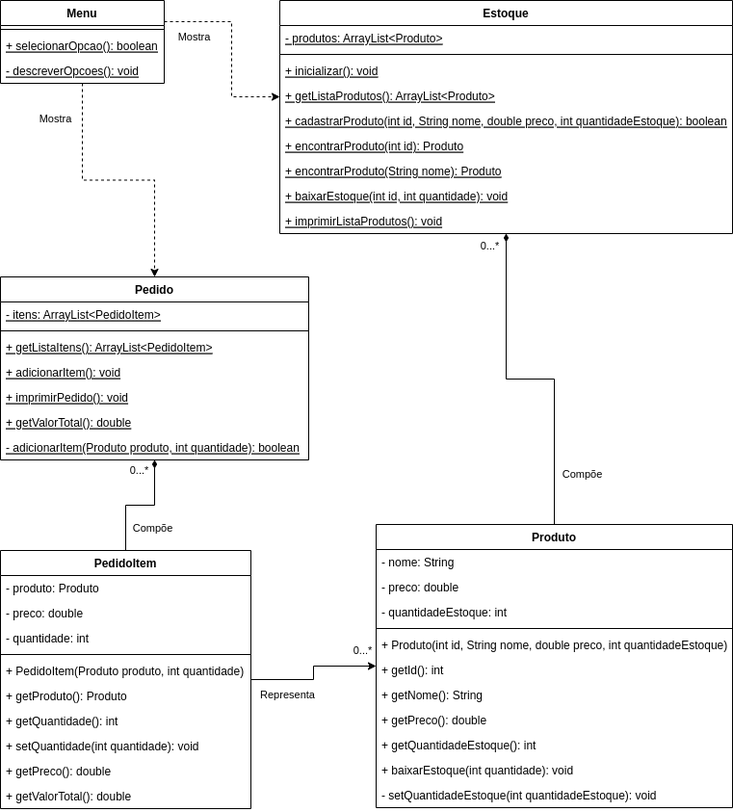
The draw.io diagram classes.drawio.png in renatochitolina/R.Labs.Java.PoSSystemTechTest, before a commit. Source tidied: cells renumbered, new cells last; positions are measured from the earlier drawing's top-left corner, leaving out a move shared by most shapes.
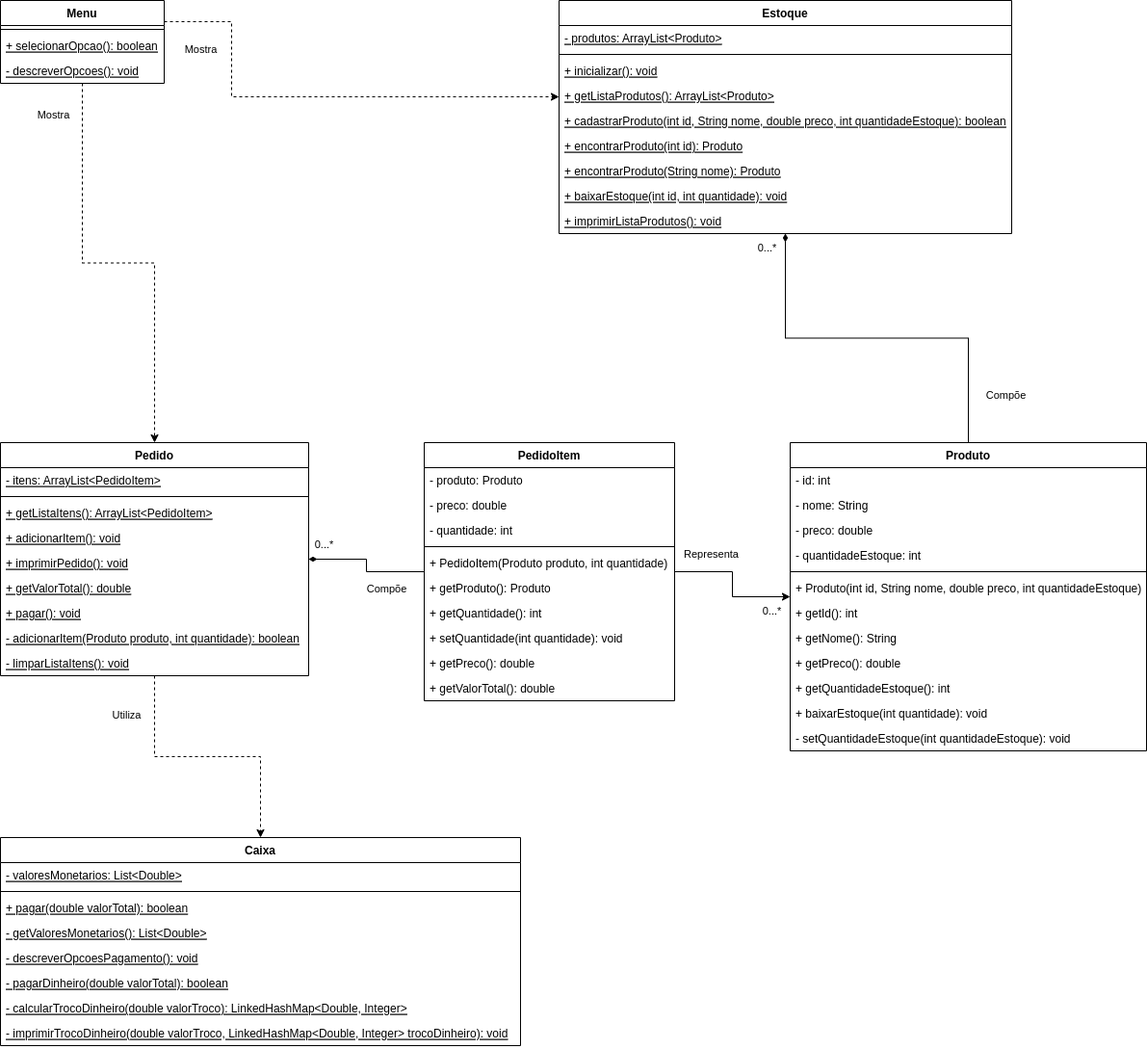
Above is the later version.

Diff of the diagram source:
```diff
@@ -2,8 +2,16 @@
   <root>
     <mxCell id="0" />
     <mxCell id="1" parent="0" />
+    <mxCell id="60" style="edgeStyle=orthogonalEdgeStyle;html=1;dashed=1;rounded=0;" parent="1" edge="1" source="2" target="65">
+      <mxGeometry relative="1" as="geometry" />
+    </mxCell>
+    <mxCell id="61" value="Utiliza" style="edgeLabel;html=1;align=center;verticalAlign=middle;" parent="60" vertex="1">
+      <mxGeometry x="-0.52" y="3" relative="1" as="geometry">
+        <mxPoint x="-33" y="-27" as="offset" />
+      </mxGeometry>
+    </mxCell>
     <mxCell id="2" value="Pedido" style="swimlane;fontStyle=1;align=center;verticalAlign=top;horizontal=1;startSize=26;" parent="1" vertex="1">
-      <mxGeometry y="287" width="320" height="190" as="geometry" />
+      <mxGeometry y="459" width="320" height="242" as="geometry" />
     </mxCell>
     <mxCell id="3" value="- itens: ArrayList&lt;PedidoItem&gt;" style="text;strokeColor=none;fillColor=none;align=left;verticalAlign=top;spacingLeft=4;spacingRight=4;overflow=hidden;fontStyle=4;" parent="2" vertex="1">
       <mxGeometry y="26" width="320" height="26" as="geometry" />
@@ -23,11 +31,17 @@
     <mxCell id="8" value="+ getValorTotal(): double" style="text;strokeColor=none;fillColor=none;align=left;verticalAlign=top;spacingLeft=4;spacingRight=4;overflow=hidden;fontStyle=4;" parent="2" vertex="1">
       <mxGeometry y="138" width="320" height="26" as="geometry" />
     </mxCell>
+    <mxCell id="62" value="+ pagar(): void" style="text;strokeColor=none;fillColor=none;align=left;verticalAlign=top;spacingLeft=4;spacingRight=4;overflow=hidden;fontStyle=4;" parent="2" vertex="1">
+      <mxGeometry y="164" width="320" height="26" as="geometry" />
+    </mxCell>
     <mxCell id="9" value="- adicionarItem(Produto produto, int quantidade): boolean" style="text;strokeColor=none;fillColor=none;align=left;verticalAlign=top;spacingLeft=4;spacingRight=4;overflow=hidden;fontStyle=4;" parent="2" vertex="1">
-      <mxGeometry y="164" width="320" height="26" as="geometry" />
+      <mxGeometry y="190" width="320" height="26" as="geometry" />
     </mxCell>
+    <mxCell id="63" value="- limparListaItens(): void" style="text;strokeColor=none;fillColor=none;align=left;verticalAlign=top;spacingLeft=4;spacingRight=4;overflow=hidden;fontStyle=4;" parent="2" vertex="1">
+      <mxGeometry y="216" width="320" height="26" as="geometry" />
+    </mxCell>
     <mxCell id="10" value="Estoque" style="swimlane;fontStyle=1;align=center;verticalAlign=top;horizontal=1;startSize=26;" parent="1" vertex="1">
-      <mxGeometry x="290" width="470" height="242" as="geometry" />
+      <mxGeometry x="580" width="470" height="242" as="geometry" />
     </mxCell>
     <mxCell id="11" value="- produtos: ArrayList&lt;Produto&gt;" style="text;strokeColor=none;fillColor=none;align=left;verticalAlign=top;spacingLeft=4;spacingRight=4;overflow=hidden;fontStyle=4;" parent="10" vertex="1">
       <mxGeometry y="26" width="470" height="26" as="geometry" />
@@ -61,49 +75,52 @@
     </mxCell>
     <mxCell id="21" value="Compõe" style="edgeLabel;html=1;align=center;verticalAlign=middle;" parent="20" vertex="1">
       <mxGeometry x="0.07" y="3" relative="1" as="geometry">
-        <mxPoint x="65" y="95" as="offset" />
+        <mxPoint x="147" y="56" as="offset" />
       </mxGeometry>
     </mxCell>
     <mxCell id="22" value="0...*" style="edgeLabel;html=1;align=center;verticalAlign=middle;" parent="20" vertex="1">
       <mxGeometry x="0.9" relative="1" as="geometry">
-        <mxPoint x="-18" y="-6" as="offset" />
+        <mxPoint x="-20" y="-7" as="offset" />
       </mxGeometry>
     </mxCell>
     <mxCell id="23" value="Produto" style="swimlane;fontStyle=1;align=center;verticalAlign=top;horizontal=1;startSize=26;" parent="1" vertex="1">
-      <mxGeometry x="390" y="544" width="370" height="294" as="geometry" />
+      <mxGeometry x="820" y="459" width="370" height="320" as="geometry" />
     </mxCell>
+    <mxCell id="64" value="- id: int" style="text;strokeColor=none;fillColor=none;align=left;verticalAlign=top;spacingLeft=4;spacingRight=4;overflow=hidden;" parent="23" vertex="1">
+      <mxGeometry y="26" width="370" height="26" as="geometry" />
+    </mxCell>
     <mxCell id="24" value="- nome: String" style="text;strokeColor=none;fillColor=none;align=left;verticalAlign=top;spacingLeft=4;spacingRight=4;overflow=hidden;" parent="23" vertex="1">
-      <mxGeometry y="26" width="370" height="26" as="geometry" />
+      <mxGeometry y="52" width="370" height="26" as="geometry" />
     </mxCell>
     <mxCell id="25" value="- preco: double" style="text;strokeColor=none;fillColor=none;align=left;verticalAlign=top;spacingLeft=4;spacingRight=4;overflow=hidden;" parent="23" vertex="1">
-      <mxGeometry y="52" width="370" height="26" as="geometry" />
+      <mxGeometry y="78" width="370" height="26" as="geometry" />
     </mxCell>
     <mxCell id="26" value="- quantidadeEstoque: int" style="text;strokeColor=none;fillColor=none;align=left;verticalAlign=top;spacingLeft=4;spacingRight=4;overflow=hidden;" parent="23" vertex="1">
-      <mxGeometry y="78" width="370" height="26" as="geometry" />
+      <mxGeometry y="104" width="370" height="26" as="geometry" />
     </mxCell>
     <mxCell id="27" style="line;strokeWidth=1;fillColor=none;align=left;verticalAlign=middle;spacingTop=-1;spacingLeft=3;spacingRight=3;labelPosition=right;strokeColor=inherit;" parent="23" vertex="1">
-      <mxGeometry y="104" width="370" height="8" as="geometry" />
+      <mxGeometry y="130" width="370" height="8" as="geometry" />
     </mxCell>
     <mxCell id="28" value="+ Produto(int id, String nome, double preco, int quantidadeEstoque)" style="text;strokeColor=none;fillColor=none;align=left;verticalAlign=top;spacingLeft=4;spacingRight=4;overflow=hidden;" parent="23" vertex="1">
-      <mxGeometry y="112" width="370" height="26" as="geometry" />
+      <mxGeometry y="138" width="370" height="26" as="geometry" />
     </mxCell>
     <mxCell id="29" value="+ getId(): int" style="text;strokeColor=none;fillColor=none;align=left;verticalAlign=top;spacingLeft=4;spacingRight=4;overflow=hidden;" parent="23" vertex="1">
-      <mxGeometry y="138" width="370" height="26" as="geometry" />
+      <mxGeometry y="164" width="370" height="26" as="geometry" />
     </mxCell>
     <mxCell id="30" value="+ getNome(): String" style="text;strokeColor=none;fillColor=none;align=left;verticalAlign=top;spacingLeft=4;spacingRight=4;overflow=hidden;" parent="23" vertex="1">
-      <mxGeometry y="164" width="370" height="26" as="geometry" />
+      <mxGeometry y="190" width="370" height="26" as="geometry" />
     </mxCell>
     <mxCell id="31" value="+ getPreco(): double" style="text;strokeColor=none;fillColor=none;align=left;verticalAlign=top;spacingLeft=4;spacingRight=4;overflow=hidden;" parent="23" vertex="1">
-      <mxGeometry y="190" width="370" height="26" as="geometry" />
+      <mxGeometry y="216" width="370" height="26" as="geometry" />
     </mxCell>
     <mxCell id="32" value="+ getQuantidadeEstoque(): int" style="text;strokeColor=none;fillColor=none;align=left;verticalAlign=top;spacingLeft=4;spacingRight=4;overflow=hidden;" parent="23" vertex="1">
-      <mxGeometry y="216" width="370" height="26" as="geometry" />
+      <mxGeometry y="242" width="370" height="26" as="geometry" />
     </mxCell>
     <mxCell id="33" value="+ baixarEstoque(int quantidade): void" style="text;strokeColor=none;fillColor=none;align=left;verticalAlign=top;spacingLeft=4;spacingRight=4;overflow=hidden;" parent="23" vertex="1">
-      <mxGeometry y="242" width="370" height="26" as="geometry" />
+      <mxGeometry y="268" width="370" height="26" as="geometry" />
     </mxCell>
     <mxCell id="34" value="- setQuantidadeEstoque(int quantidadeEstoque): void" style="text;strokeColor=none;fillColor=none;align=left;verticalAlign=top;spacingLeft=4;spacingRight=4;overflow=hidden;" parent="23" vertex="1">
-      <mxGeometry y="268" width="370" height="26" as="geometry" />
+      <mxGeometry y="294" width="370" height="26" as="geometry" />
     </mxCell>
     <mxCell id="35" style="edgeStyle=orthogonalEdgeStyle;html=1;strokeColor=default;startArrow=none;startFill=0;endArrow=classic;endFill=1;rounded=0;dashed=1;" parent="1" edge="1" source="39" target="10">
       <mxGeometry relative="1" as="geometry">
@@ -115,7 +132,7 @@
     </mxCell>
     <mxCell id="36" value="Mostra" style="edgeLabel;html=1;align=center;verticalAlign=middle;" parent="35" vertex="1">
       <mxGeometry x="-0.12" y="1" relative="1" as="geometry">
-        <mxPoint x="-41" y="-2" as="offset" />
+        <mxPoint x="-99" y="-49" as="offset" />
       </mxGeometry>
     </mxCell>
     <mxCell id="37" style="edgeStyle=orthogonalEdgeStyle;rounded=0;html=1;dashed=1;strokeColor=default;startArrow=none;startFill=0;endArrow=classic;endFill=1;" parent="1" edge="1" source="39" target="2">
@@ -123,7 +140,7 @@
     </mxCell>
     <mxCell id="38" value="Mostra" style="edgeLabel;html=1;align=center;verticalAlign=middle;" parent="37" vertex="1">
       <mxGeometry x="0.17" y="-2" relative="1" as="geometry">
-        <mxPoint x="-89" y="-66" as="offset" />
+        <mxPoint x="-105" y="-156" as="offset" />
       </mxGeometry>
     </mxCell>
     <mxCell id="39" value="Menu" style="swimlane;fontStyle=1;align=center;verticalAlign=top;horizontal=1;startSize=26;" parent="1" vertex="1">
@@ -143,12 +160,12 @@
     </mxCell>
     <mxCell id="44" value="0...*" style="edgeLabel;html=1;align=center;verticalAlign=middle;" parent="43" vertex="1">
       <mxGeometry x="0.76" y="-2" relative="1" as="geometry">
-        <mxPoint x="-19" y="-5" as="offset" />
+        <mxPoint x="-1" y="-14" as="offset" />
       </mxGeometry>
     </mxCell>
     <mxCell id="45" value="Compõe" style="edgeLabel;html=1;align=center;verticalAlign=middle;" parent="43" vertex="1">
       <mxGeometry x="0.16" y="-1" relative="1" as="geometry">
-        <mxPoint x="2" y="22" as="offset" />
+        <mxPoint x="24" y="31" as="offset" />
       </mxGeometry>
     </mxCell>
     <mxCell id="46" style="edgeStyle=orthogonalEdgeStyle;rounded=0;html=1;strokeColor=default;startArrow=none;startFill=0;endArrow=classic;endFill=1;" parent="1" edge="1" source="49" target="23">
@@ -156,16 +173,16 @@
     </mxCell>
     <mxCell id="47" value="0...*" style="edgeLabel;html=1;align=center;verticalAlign=middle;" parent="46" vertex="1">
       <mxGeometry x="0.84" y="-1" relative="1" as="geometry">
-        <mxPoint x="-4" y="-18" as="offset" />
+        <mxPoint x="-9" y="13" as="offset" />
       </mxGeometry>
     </mxCell>
     <mxCell id="48" value="Representa" style="edgeLabel;html=1;align=center;verticalAlign=middle;" parent="46" vertex="1">
       <mxGeometry x="-0.31" y="-2" relative="1" as="geometry">
-        <mxPoint x="-13" y="13" as="offset" />
+        <mxPoint x="-14" y="-21" as="offset" />
       </mxGeometry>
     </mxCell>
     <mxCell id="49" value="PedidoItem" style="swimlane;fontStyle=1;align=center;verticalAlign=top;horizontal=1;startSize=26;" parent="1" vertex="1">
-      <mxGeometry y="571" width="260" height="268" as="geometry" />
+      <mxGeometry x="440" y="459" width="260" height="268" as="geometry" />
     </mxCell>
     <mxCell id="50" value="- produto: Produto" style="text;strokeColor=none;fillColor=none;align=left;verticalAlign=top;spacingLeft=4;spacingRight=4;overflow=hidden;" parent="49" vertex="1">
       <mxGeometry y="26" width="260" height="26" as="geometry" />
@@ -197,5 +214,32 @@
     <mxCell id="59" value="+ getValorTotal(): double" style="text;strokeColor=none;fillColor=none;align=left;verticalAlign=top;spacingLeft=4;spacingRight=4;overflow=hidden;" parent="49" vertex="1">
       <mxGeometry y="242" width="260" height="26" as="geometry" />
     </mxCell>
+    <mxCell id="65" value="Caixa" style="swimlane;fontStyle=1;align=center;verticalAlign=top;horizontal=1;startSize=26;" parent="1" vertex="1">
+      <mxGeometry y="869" width="540" height="216" as="geometry" />
+    </mxCell>
+    <mxCell id="66" value="- valoresMonetarios: List&lt;Double&gt;" style="text;strokeColor=none;fillColor=none;align=left;verticalAlign=top;spacingLeft=4;spacingRight=4;overflow=hidden;fontStyle=4;" parent="65" vertex="1">
+      <mxGeometry y="26" width="540" height="26" as="geometry" />
+    </mxCell>
+    <mxCell id="67" style="line;strokeWidth=1;fillColor=none;align=left;verticalAlign=middle;spacingTop=-1;spacingLeft=3;spacingRight=3;labelPosition=right;strokeColor=inherit;" parent="65" vertex="1">
+      <mxGeometry y="52" width="540" height="8" as="geometry" />
+    </mxCell>
+    <mxCell id="68" value="+ pagar(double valorTotal): boolean" style="text;strokeColor=none;fillColor=none;align=left;verticalAlign=top;spacingLeft=4;spacingRight=4;overflow=hidden;fontStyle=4;" parent="65" vertex="1">
+      <mxGeometry y="60" width="540" height="26" as="geometry" />
+    </mxCell>
+    <mxCell id="69" value="- getValoresMonetarios(): List&lt;Double&gt;" style="text;strokeColor=none;fillColor=none;align=left;verticalAlign=top;spacingLeft=4;spacingRight=4;overflow=hidden;fontStyle=4;" parent="65" vertex="1">
+      <mxGeometry y="86" width="540" height="26" as="geometry" />
+    </mxCell>
+    <mxCell id="70" value="- descreverOpcoesPagamento(): void" style="text;strokeColor=none;fillColor=none;align=left;verticalAlign=top;spacingLeft=4;spacingRight=4;overflow=hidden;fontStyle=4;" parent="65" vertex="1">
+      <mxGeometry y="112" width="540" height="26" as="geometry" />
+    </mxCell>
+    <mxCell id="71" value="- pagarDinheiro(double valorTotal): boolean" style="text;strokeColor=none;fillColor=none;align=left;verticalAlign=top;spacingLeft=4;spacingRight=4;overflow=hidden;fontStyle=4;" parent="65" vertex="1">
+      <mxGeometry y="138" width="540" height="26" as="geometry" />
+    </mxCell>
+    <mxCell id="72" value="- calcularTrocoDinheiro(double valorTroco): LinkedHashMap&lt;Double, Integer&gt;" style="text;strokeColor=none;fillColor=none;align=left;verticalAlign=top;spacingLeft=4;spacingRight=4;overflow=hidden;fontStyle=4;" parent="65" vertex="1">
+      <mxGeometry y="164" width="540" height="26" as="geometry" />
+    </mxCell>
+    <mxCell id="73" value="- imprimirTrocoDinheiro(double valorTroco, LinkedHashMap&lt;Double, Integer&gt; trocoDinheiro): void" style="text;strokeColor=none;fillColor=none;align=left;verticalAlign=top;spacingLeft=4;spacingRight=4;overflow=hidden;fontStyle=4;" parent="65" vertex="1">
+      <mxGeometry y="190" width="540" height="26" as="geometry" />
+    </mxCell>
   </root>
 </mxGraphModel>
```
